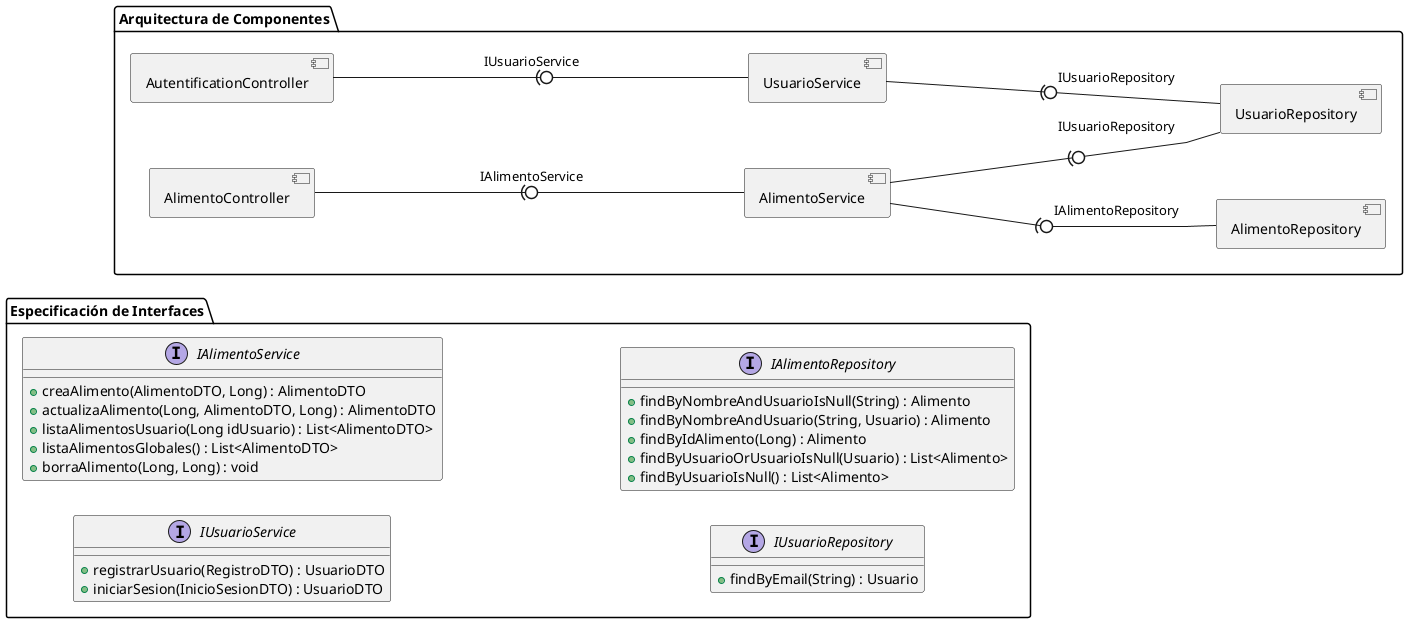
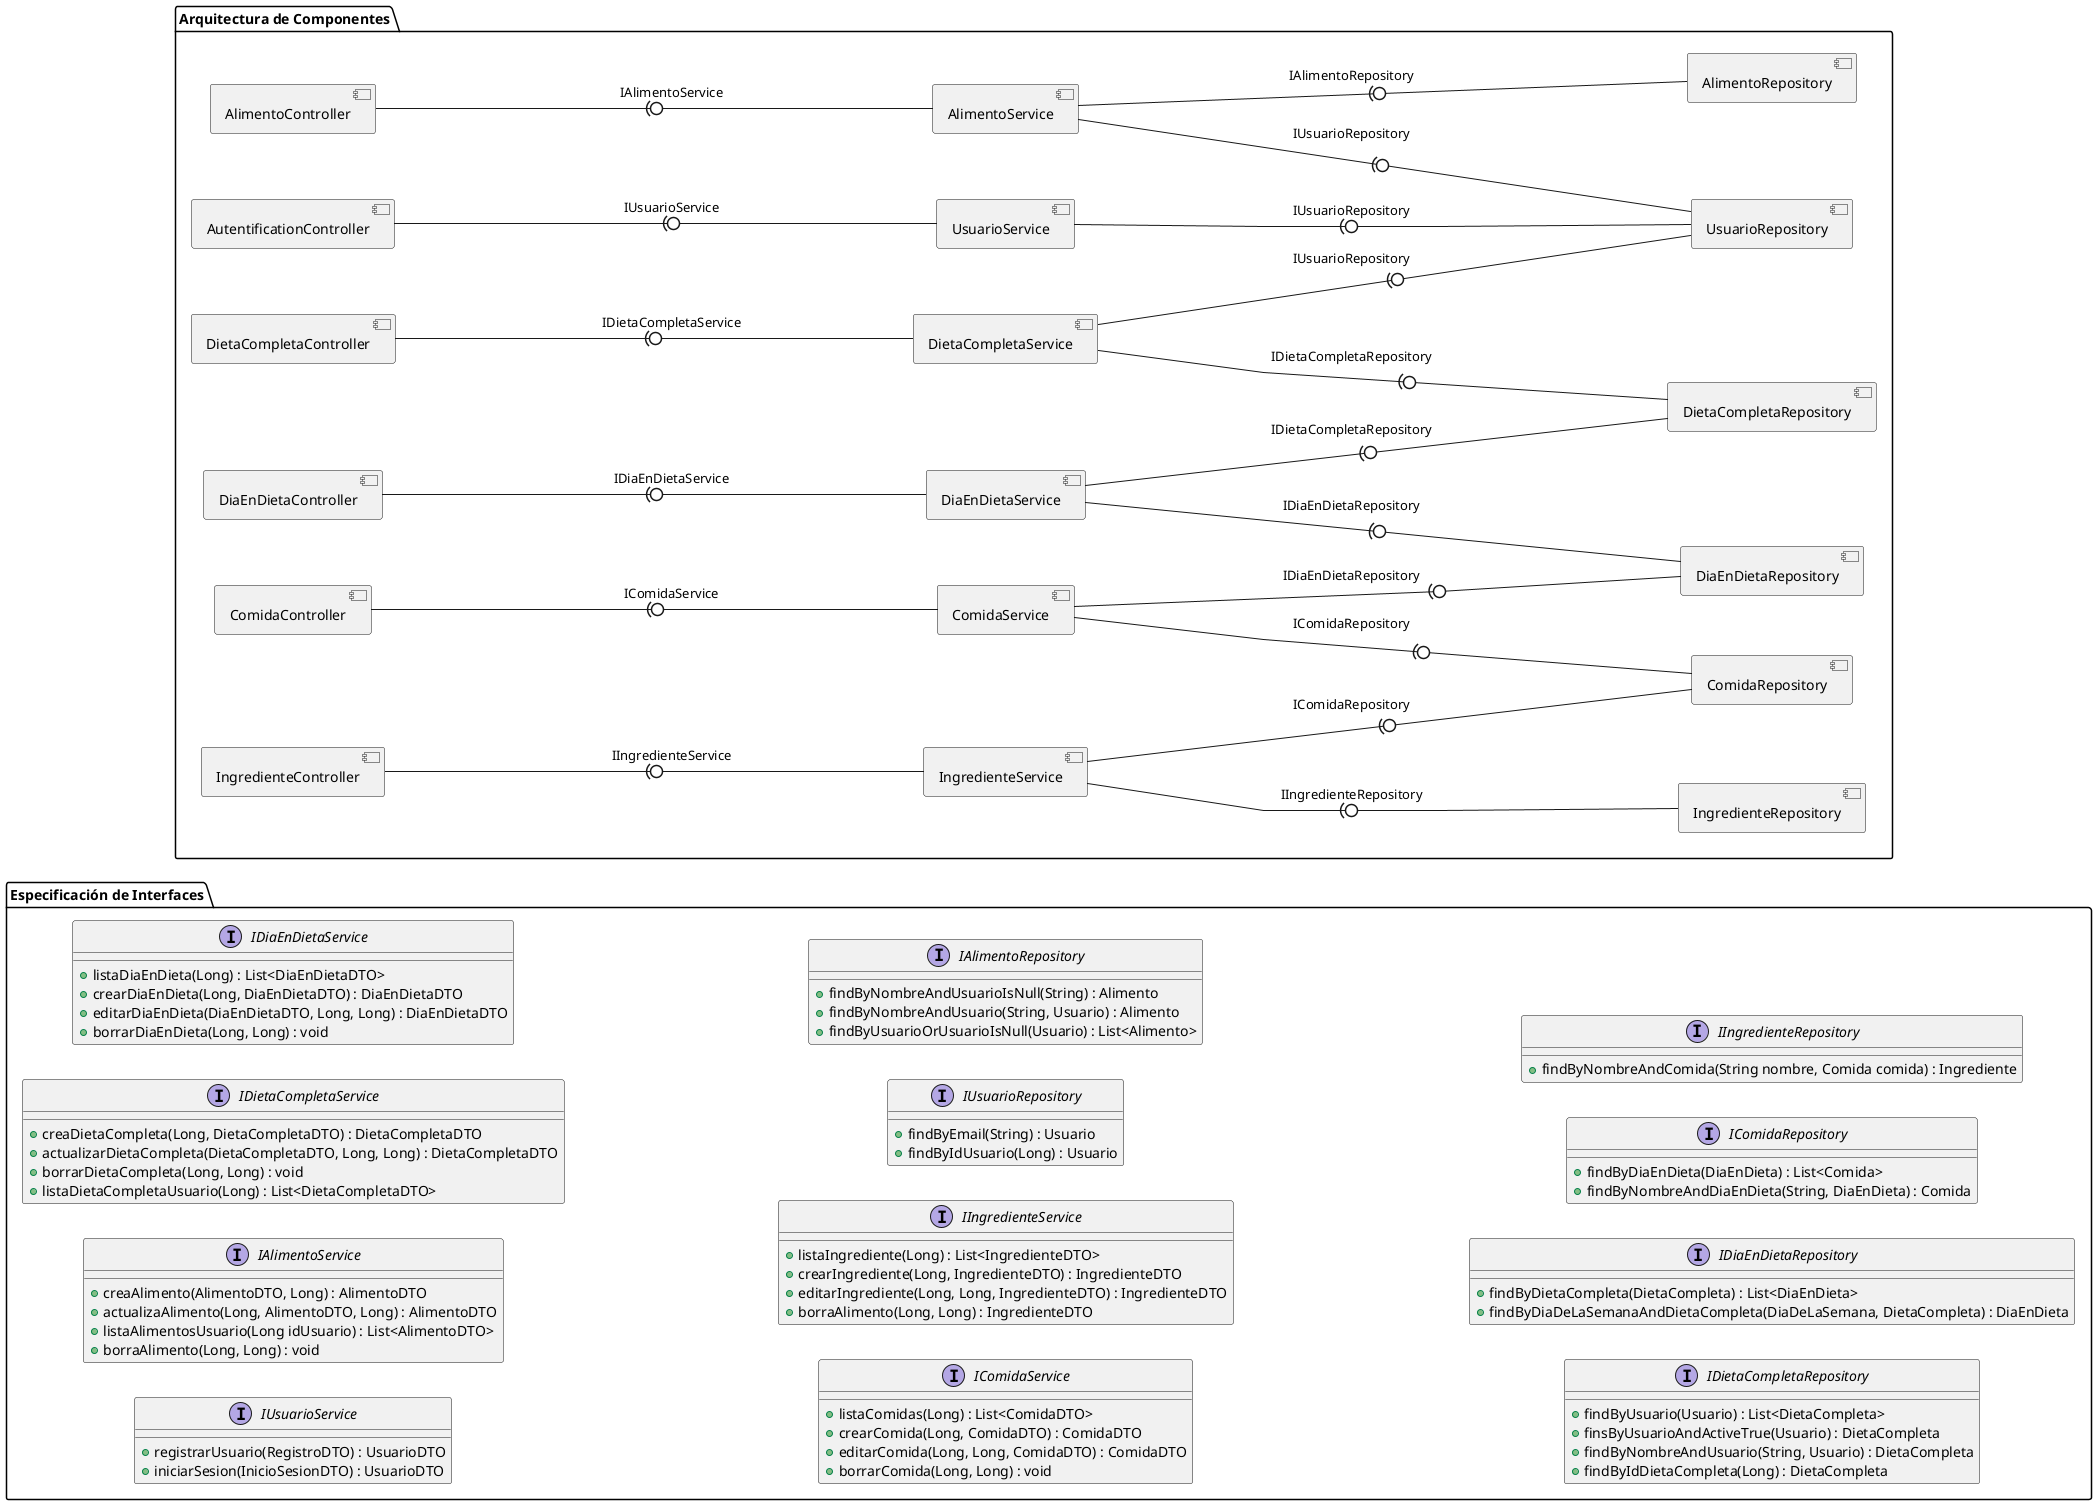

@startuml
allow_mixing
left to right direction
skinparam linetype polyline

package "Arquitectura de Componentes" {


    component "AutentificationController"
    component "AlimentoController"
+     component "DietaCompletaController"
+     component "DiaEnDietaController"
+     component "ComidaController"
+     component "IngredienteController"

    component "UsuarioService"
    component "AlimentoService"
+     component "DietaCompletaService"
+     component "DiaEnDietaService"
+     component "ComidaService"
+     component "IngredienteService"

    component "UsuarioRepository"
    component "AlimentoRepository"
+     component "DietaCompletaRepository"
+     component "DiaEnDietaRepository"
+     component "ComidaRepository"
+     component "IngredienteRepository"


    AutentificationController -(0- UsuarioService : IUsuarioService
    UsuarioService -(0- UsuarioRepository : IUsuarioRepository

    AlimentoController -(0- AlimentoService : IAlimentoService
    AlimentoService -(0- AlimentoRepository : IAlimentoRepository
+     AlimentoService -(0- UsuarioRepository : IUsuarioRepository

-     AlimentoService -(0- UsuarioRepository : IUsuarioRepository
+     DietaCompletaController -(0- DietaCompletaService : IDietaCompletaService
+     DietaCompletaService -(0- DietaCompletaRepository : IDietaCompletaRepository
+     DietaCompletaService -(0- UsuarioRepository : IUsuarioRepository
+ 
+     DiaEnDietaController -(0- DiaEnDietaService : IDiaEnDietaService
+     DiaEnDietaService -(0- DiaEnDietaRepository : IDiaEnDietaRepository
+     DiaEnDietaService -(0- DietaCompletaRepository : IDietaCompletaRepository
+ 
+     ComidaController -(0- ComidaService : IComidaService
+     ComidaService -(0- ComidaRepository : IComidaRepository
+     ComidaService -(0- DiaEnDietaRepository : IDiaEnDietaRepository
+ 
+     IngredienteController -(0- IngredienteService : IIngredienteService
+     IngredienteService -(0- IngredienteRepository : IIngredienteRepository
+     IngredienteService -(0- ComidaRepository : IComidaRepository

}


package "Especificación de Interfaces" {

    interface "IUsuarioService" {
        + registrarUsuario(RegistroDTO) : UsuarioDTO
        + iniciarSesion(InicioSesionDTO) : UsuarioDTO
    }

    interface "IAlimentoService" {
        + creaAlimento(AlimentoDTO, Long) : AlimentoDTO
        + actualizaAlimento(Long, AlimentoDTO, Long) : AlimentoDTO
        + listaAlimentosUsuario(Long idUsuario) : List<AlimentoDTO>
-         + listaAlimentosGlobales() : List<AlimentoDTO>
        + borraAlimento(Long, Long) : void
+     }
+ 
+     interface "IDietaCompletaService" {
+         + creaDietaCompleta(Long, DietaCompletaDTO) : DietaCompletaDTO
+         + actualizarDietaCompleta(DietaCompletaDTO, Long, Long) : DietaCompletaDTO
+         + borrarDietaCompleta(Long, Long) : void
+         + listaDietaCompletaUsuario(Long) : List<DietaCompletaDTO>
+     }
+ 
+     interface "IDiaEnDietaService" {
+         + listaDiaEnDieta(Long) : List<DiaEnDietaDTO>
+         + crearDiaEnDieta(Long, DiaEnDietaDTO) : DiaEnDietaDTO
+         + editarDiaEnDieta(DiaEnDietaDTO, Long, Long) : DiaEnDietaDTO
+         + borrarDiaEnDieta(Long, Long) : void
+     }
+ 
+     interface "IComidaService" {
+         + listaComidas(Long) : List<ComidaDTO>
+         + crearComida(Long, ComidaDTO) : ComidaDTO
+         + editarComida(Long, Long, ComidaDTO) : ComidaDTO
+         + borrarComida(Long, Long) : void
+     }
+ 
+     interface "IIngredienteService" {
+         + listaIngrediente(Long) : List<IngredienteDTO>
+         + crearIngrediente(Long, IngredienteDTO) : IngredienteDTO
+         + editarIngrediente(Long, Long, IngredienteDTO) : IngredienteDTO
+         + borraAlimento(Long, Long) : IngredienteDTO
    }

    interface "IUsuarioRepository" {
        + findByEmail(String) : Usuario
+         + findByIdUsuario(Long) : Usuario
    }

    interface "IAlimentoRepository" {
        + findByNombreAndUsuarioIsNull(String) : Alimento
        + findByNombreAndUsuario(String, Usuario) : Alimento
-         + findByIdAlimento(Long) : Alimento
        + findByUsuarioOrUsuarioIsNull(Usuario) : List<Alimento>
-         + findByUsuarioIsNull() : List<Alimento>
+     }
+ 
+     interface "IDietaCompletaRepository" {
+         + findByUsuario(Usuario) : List<DietaCompleta>
+         + finsByUsuarioAndActiveTrue(Usuario) : DietaCompleta
+         + findByNombreAndUsuario(String, Usuario) : DietaCompleta
+         + findByIdDietaCompleta(Long) : DietaCompleta
+     }
+ 
+     interface "IDiaEnDietaRepository" {
+         + findByDietaCompleta(DietaCompleta) : List<DiaEnDieta>
+         + findByDiaDeLaSemanaAndDietaCompleta(DiaDeLaSemana, DietaCompleta) : DiaEnDieta
+     }
+ 
+     interface "IComidaRepository" {
+         + findByDiaEnDieta(DiaEnDieta) : List<Comida>
+         + findByNombreAndDiaEnDieta(String, DiaEnDieta) : Comida
+     }
+ 
+     interface "IIngredienteRepository" {
+         + findByNombreAndComida(String nombre, Comida comida) : Ingrediente
    }
}


@enduml